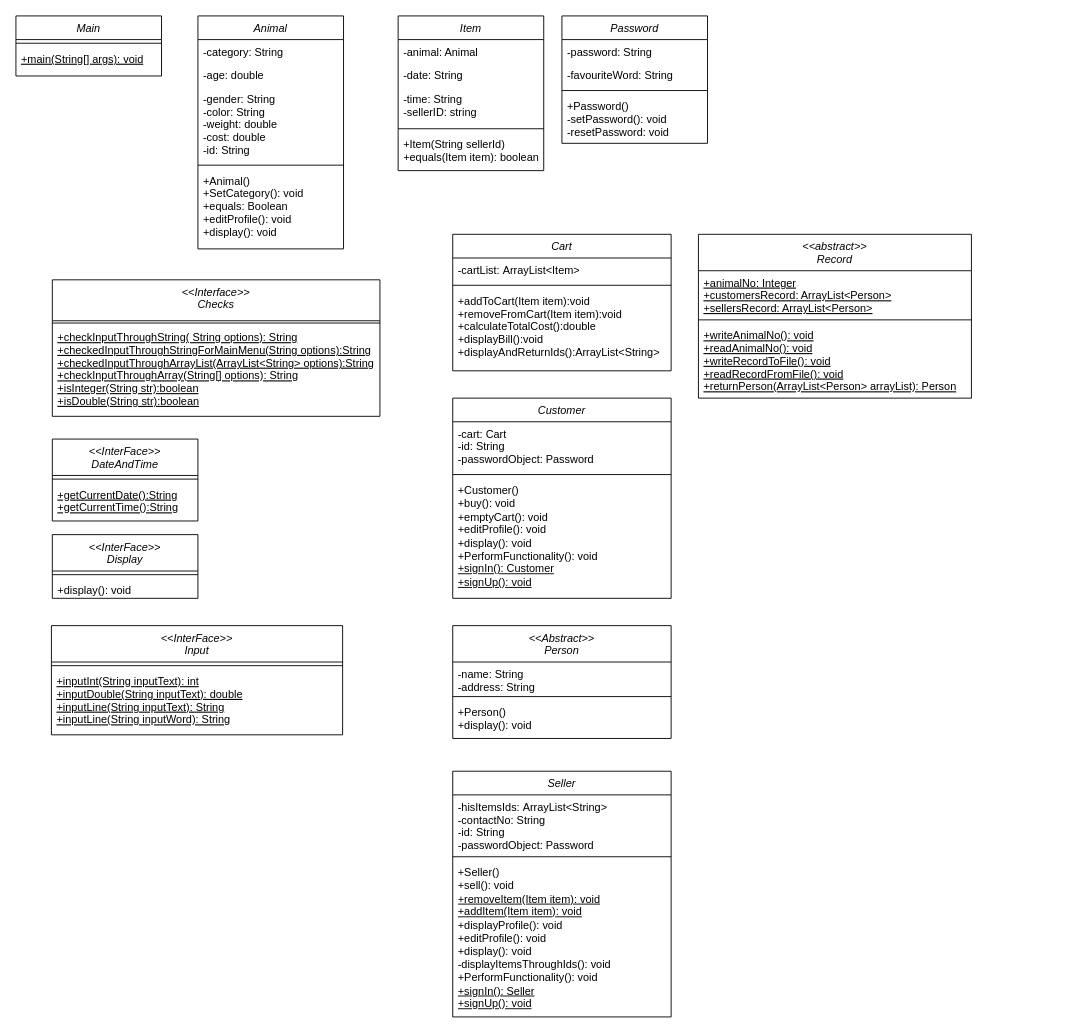
The draw.io diagram Diagram/ Analys_reflektion.drawio in GitoPot/Analys_reflektion, before the edit. Source tidied: cells renumbered, new cells numbered last; positions are measured from the earlier drawing's top-left corner, leaving out a move shared by most shapes. Both pictures are drawn from the tidied source at 91%, with x=0, y=0 at pixel (15, 15).
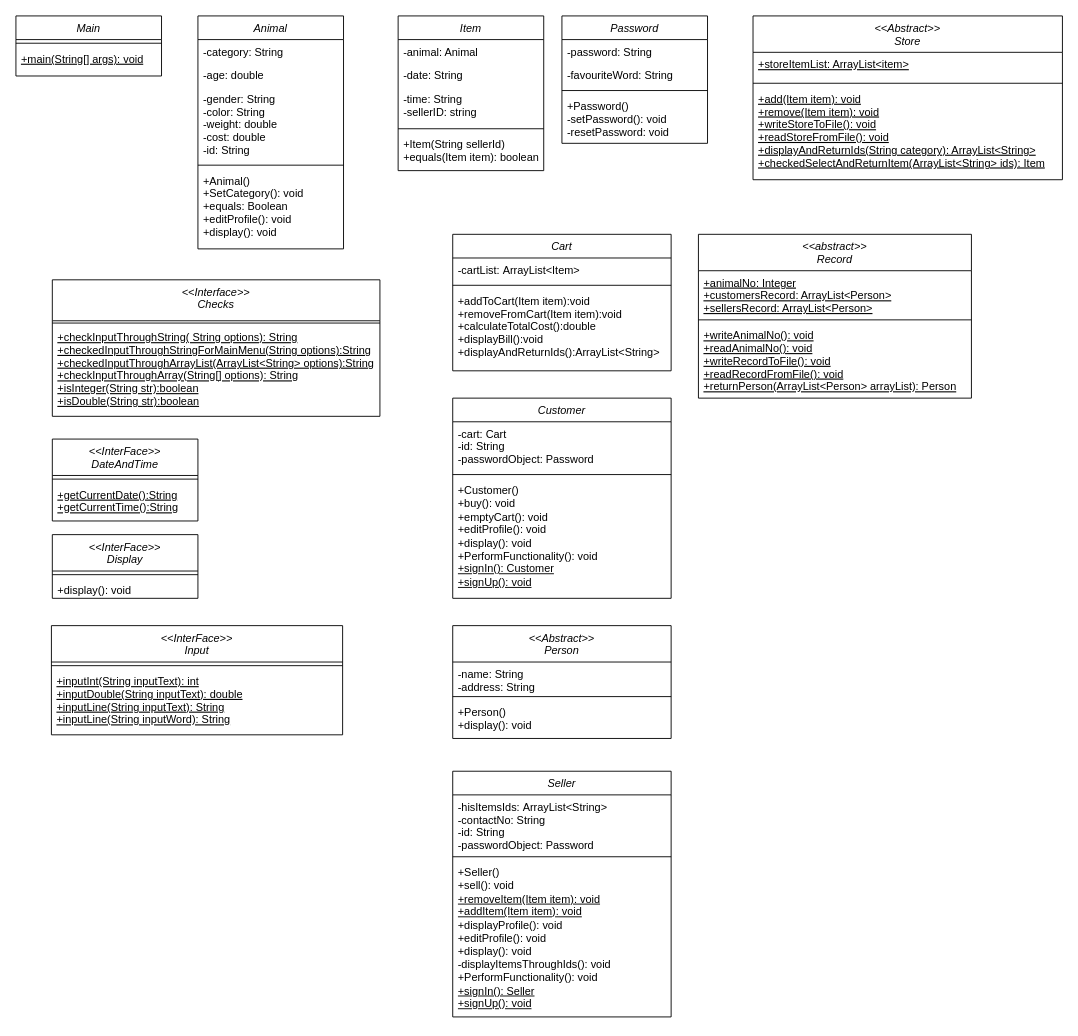
Above is the later version.

What changed in the source:
```diff
@@
+    <mxCell id="54" value="&lt;&lt;Abstract&gt;&gt;&#10;Store" style="swimlane;fontStyle=2;align=center;verticalAlign=top;horizontal=1;startSize=40;rounded=0;shadow=0;strokeWidth=1;" parent="1" vertex="1">
+      <mxGeometry x="810" width="340" height="180" as="geometry" />
+    </mxCell>
+    <mxCell id="55" value="+storeItemList: ArrayList&lt;item&gt;" style="text;align=left;verticalAlign=top;spacingLeft=4;spacingRight=4;overflow=hidden;fontStyle=4;" parent="54" vertex="1">
+      <mxGeometry y="40" width="340" height="30" as="geometry" />
+    </mxCell>
+    <mxCell id="56" style="line;html=1;strokeWidth=1;align=left;verticalAlign=middle;spacingTop=-1;spacingLeft=3;spacingRight=3;labelPosition=right;" parent="54" vertex="1">
+      <mxGeometry y="70" width="340" height="8" as="geometry" />
+    </mxCell>
+    <mxCell id="57" value="+add(Item item): void&#10;+remove(Item item): void&#10;+writeStoreToFile(): void&#10;+readStoreFromFile(): void&#10;+displayAndReturnIds(String category): ArrayList&lt;String&gt;&#10;+checkedSelectAndReturnItem(ArrayList&lt;String&gt; ids): Item" style="text;align=left;verticalAlign=top;spacingLeft=4;spacingRight=4;overflow=hidden;fontStyle=4;" parent="54" vertex="1">
+      <mxGeometry y="78" width="340" height="92" as="geometry" />
+    </mxCell>
```
